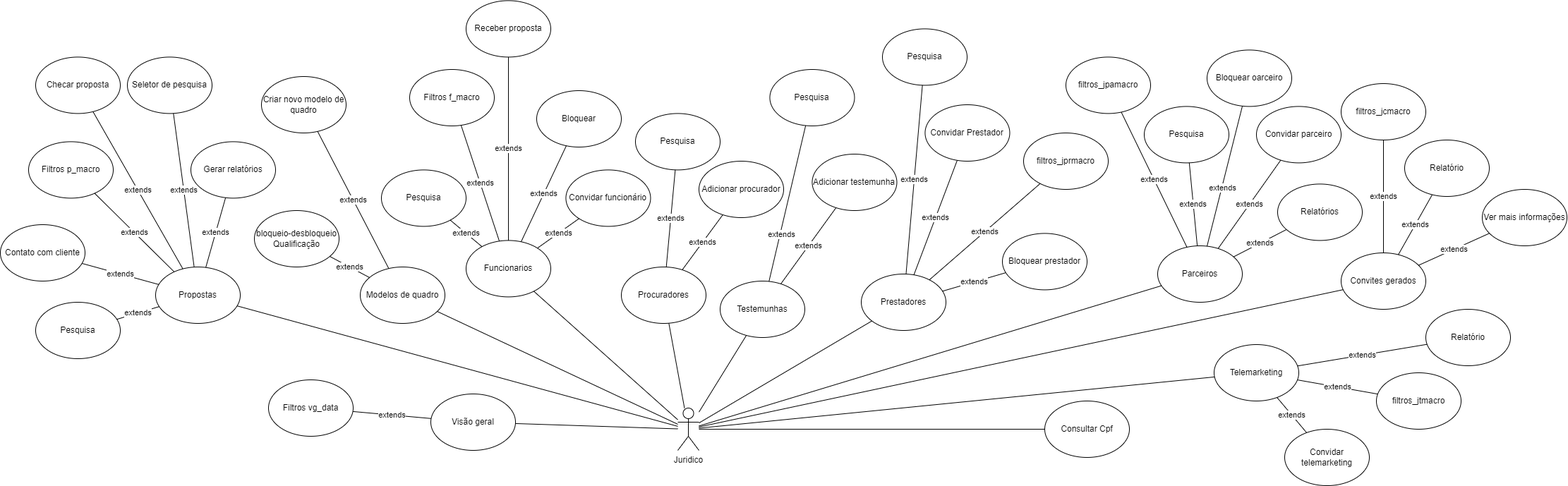
Above: Agx_juridico.drawio.png in uma-risadinha/Diagramas (draw.io), before the change. Source tidied: cells renumbered, new cells last; positions are measured from the earlier drawing's top-left corner, leaving out a move shared by most shapes.
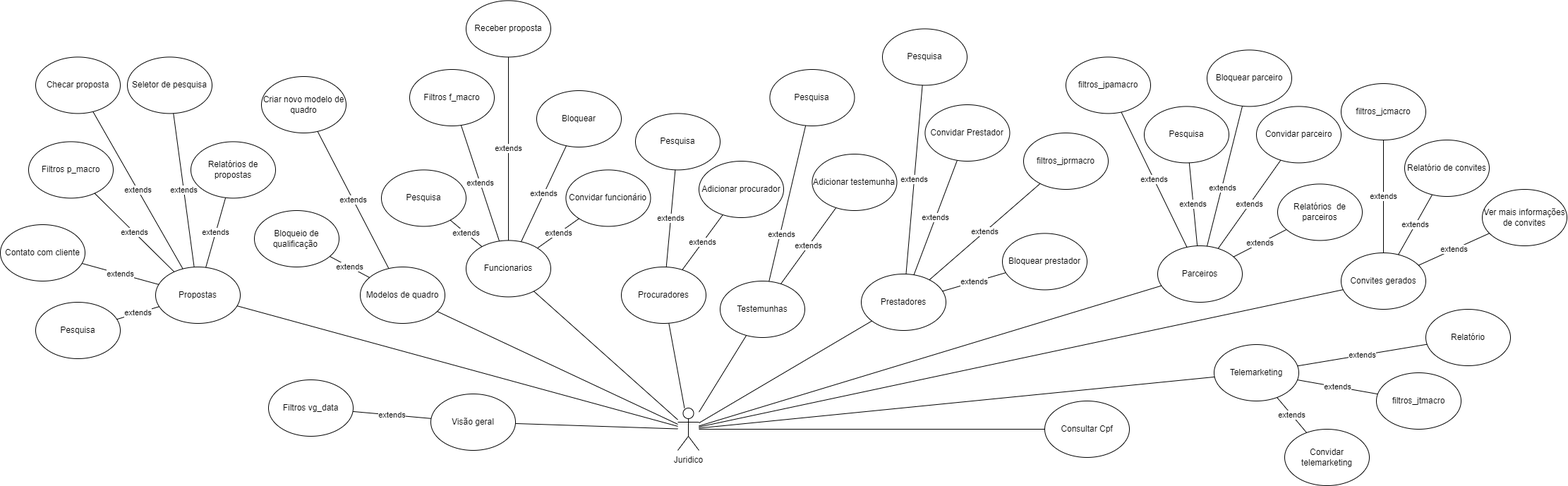
The same diagram one commit later.

Diff of the diagram source:
```diff
@@ -41,7 +41,7 @@
     <mxCell id="14" value="extends" style="endArrow=none;html=1;rounded=0;" parent="1" edge="1" source="13" target="8">
       <mxGeometry relative="1" as="geometry" />
     </mxCell>
-    <mxCell id="15" value="Gerar relatórios" style="ellipse;whiteSpace=wrap;html=1;" parent="1" vertex="1">
+    <mxCell id="15" value="Relatórios de propostas" style="ellipse;whiteSpace=wrap;html=1;" parent="1" vertex="1">
       <mxGeometry x="270" y="200.4" width="120" height="80" as="geometry" />
     </mxCell>
     <mxCell id="16" value="extends" style="endArrow=none;html=1;rounded=0;" parent="1" edge="1" source="15" target="8">
@@ -71,7 +71,7 @@
     <mxCell id="24" value="Juridico" style="shape=umlActor;verticalLabelPosition=bottom;verticalAlign=top;html=1;outlineConnect=0;" parent="1" vertex="1">
       <mxGeometry x="960" y="578" width="30" height="60" as="geometry" />
     </mxCell>
-    <mxCell id="25" value="bloqueio-desbloqueio&lt;br&gt;Qualificação" style="ellipse;whiteSpace=wrap;html=1;" parent="1" vertex="1">
+    <mxCell id="25" value="Bloqueio de qualificação&amp;nbsp;" style="ellipse;whiteSpace=wrap;html=1;" parent="1" vertex="1">
       <mxGeometry x="360" y="298" width="120" height="80" as="geometry" />
     </mxCell>
     <mxCell id="26" value="extends" style="endArrow=none;html=1;rounded=0;" parent="1" edge="1" source="25" target="5">
@@ -218,13 +218,13 @@
     <mxCell id="73" value="extends" style="endArrow=none;html=1;rounded=0;" parent="1" edge="1" source="74" target="31">
       <mxGeometry x="0.18" y="1" relative="1" as="geometry" />
     </mxCell>
-    <mxCell id="74" value="Bloquear oarceiro" style="ellipse;whiteSpace=wrap;html=1;" parent="1" vertex="1">
+    <mxCell id="74" value="Bloquear parceiro" style="ellipse;whiteSpace=wrap;html=1;" parent="1" vertex="1">
       <mxGeometry x="1710" y="70.4" width="120" height="80" as="geometry" />
     </mxCell>
     <mxCell id="75" value="extends" style="endArrow=none;html=1;rounded=0;" parent="1" edge="1" source="76" target="31">
       <mxGeometry relative="1" as="geometry" />
     </mxCell>
-    <mxCell id="76" value="Relatórios" style="ellipse;whiteSpace=wrap;html=1;" parent="1" vertex="1">
+    <mxCell id="76" value="Relatórios&amp;nbsp; de parceiros" style="ellipse;whiteSpace=wrap;html=1;" parent="1" vertex="1">
       <mxGeometry x="1810" y="260.4" width="120" height="80" as="geometry" />
     </mxCell>
     <mxCell id="77" value="extends" style="endArrow=none;html=1;rounded=0;" parent="1" edge="1" source="78" target="32">
@@ -254,13 +254,13 @@
     <mxCell id="85" value="extends" style="endArrow=none;html=1;rounded=0;" parent="1" edge="1" source="86" target="38">
       <mxGeometry relative="1" as="geometry" />
     </mxCell>
-    <mxCell id="86" value="Ver mais informações" style="ellipse;whiteSpace=wrap;html=1;" parent="1" vertex="1">
+    <mxCell id="86" value="Ver mais informações de convites" style="ellipse;whiteSpace=wrap;html=1;" parent="1" vertex="1">
       <mxGeometry x="2100" y="268" width="120" height="80" as="geometry" />
     </mxCell>
     <mxCell id="87" value="extends" style="endArrow=none;html=1;rounded=0;" parent="1" edge="1" source="88" target="38">
       <mxGeometry relative="1" as="geometry" />
     </mxCell>
-    <mxCell id="88" value="Relatório" style="ellipse;whiteSpace=wrap;html=1;" parent="1" vertex="1">
+    <mxCell id="88" value="Relatório de convites" style="ellipse;whiteSpace=wrap;html=1;" parent="1" vertex="1">
       <mxGeometry x="1990" y="198" width="120" height="80" as="geometry" />
     </mxCell>
     <mxCell id="89" value="extends" style="endArrow=none;html=1;rounded=0;" parent="1" edge="1" source="90" target="30">
```
